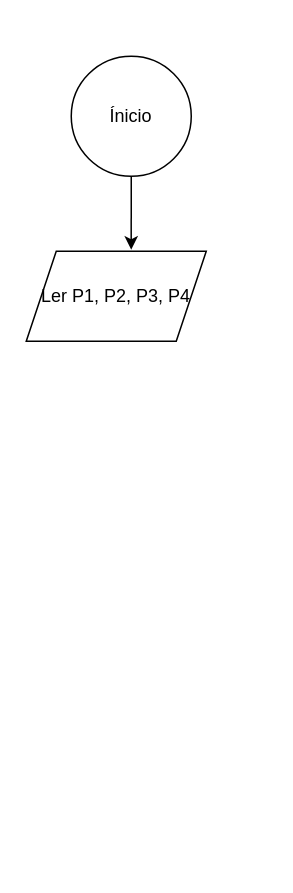
This is Diagrama sem nome.drawio from Mobojobil/Tom-s-guerreiro-, a draw.io file, before an edit. Source tidied: cells renumbered, new cells numbered last; positions are measured from the earlier drawing's top-left corner, leaving out a move shared by most shapes. Both pictures are drawn from the tidied source at 150%, with x=0, y=0 at pixel (26, 56).
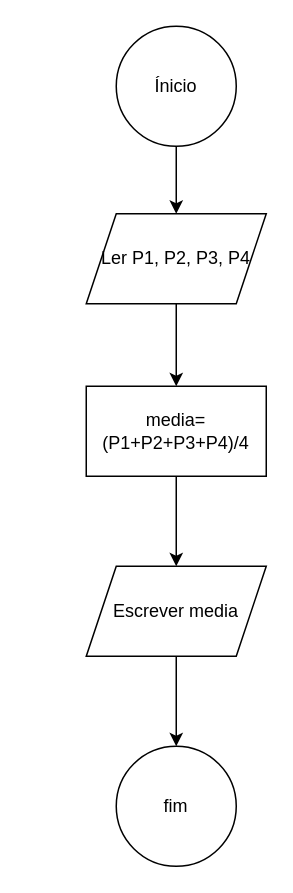
Above is the later version.

Diff of the diagram source:
```diff
@@
 <mxGraphModel>
   <root>
     <mxCell id="0" />
     <mxCell id="1" parent="0" />
+    <mxCell id="5" style="edgeStyle=orthogonalEdgeStyle;rounded=0;jettySize=auto;html=1;entryX=0.5;entryY=0;entryDx=0;entryDy=0;" parent="1" edge="1" source="3" target="7">
+      <mxGeometry relative="1" as="geometry" />
+    </mxCell>
+    <mxCell id="3" value="Ler P1, P2, P3, P4" style="shape=parallelogram;perimeter=parallelogramPerimeter;whiteSpace=wrap;html=1;fixedSize=1;" parent="1" vertex="1">
+      <mxGeometry x="40" y="105" width="120" height="60" as="geometry" />
+    </mxCell>
+    <mxCell id="6" style="edgeStyle=orthogonalEdgeStyle;rounded=0;jettySize=auto;html=1;" parent="1" edge="1" source="7" target="9">
+      <mxGeometry relative="1" as="geometry" />
+    </mxCell>
+    <mxCell id="7" value="media=(P1+P2+P3+P4)/4" style="rounded=0;whiteSpace=wrap;html=1;" parent="1" vertex="1">
+      <mxGeometry x="40" y="220" width="120" height="60" as="geometry" />
+    </mxCell>
+    <mxCell id="4" style="edgeStyle=orthogonalEdgeStyle;rounded=0;jettySize=auto;html=1;" parent="1" edge="1" source="2" target="3">
+      <mxGeometry relative="1" as="geometry" />
+    </mxCell>
     <mxCell id="2" value="Ínicio" style="ellipse;whiteSpace=wrap;html=1;" parent="1" vertex="1">
-      <mxGeometry x="30" width="80" height="80" as="geometry" />
+      <mxGeometry x="60" y="-20" width="80" height="80" as="geometry" />
     </mxCell>
-    <mxCell id="3" value="Ler P1, P2, P3, P4" style="shape=parallelogram;perimeter=parallelogramPerimeter;whiteSpace=wrap;html=1;fixedSize=1;" parent="1" vertex="1">
-      <mxGeometry y="130" width="120" height="60" as="geometry" />
-    </mxCell>
-    <mxCell id="4" style="edgeStyle=orthogonalEdgeStyle;rounded=0;jettySize=auto;html=1;entryX=0.583;entryY=-0.017;entryDx=0;entryDy=0;entryPerimeter=0;" parent="1" edge="1" source="2" target="3">
-      <mxGeometry relative="1" as="geometry" />
-    </mxCell>
+    <mxCell id="8" style="edgeStyle=orthogonalEdgeStyle;rounded=0;jettySize=auto;html=1;" parent="1" edge="1" source="9" target="10">
+      <mxGeometry relative="1" as="geometry" />
+    </mxCell>
+    <mxCell id="9" value="Escrever media" style="shape=parallelogram;perimeter=parallelogramPerimeter;whiteSpace=wrap;html=1;fixedSize=1;" parent="1" vertex="1">
+      <mxGeometry x="40" y="340" width="120" height="60" as="geometry" />
+    </mxCell>
+    <mxCell id="10" value="fim" style="ellipse;whiteSpace=wrap;html=1;" parent="1" vertex="1">
+      <mxGeometry x="60" y="460" width="80" height="80" as="geometry" />
+    </mxCell>
   </root>
 </mxGraphModel>
```
